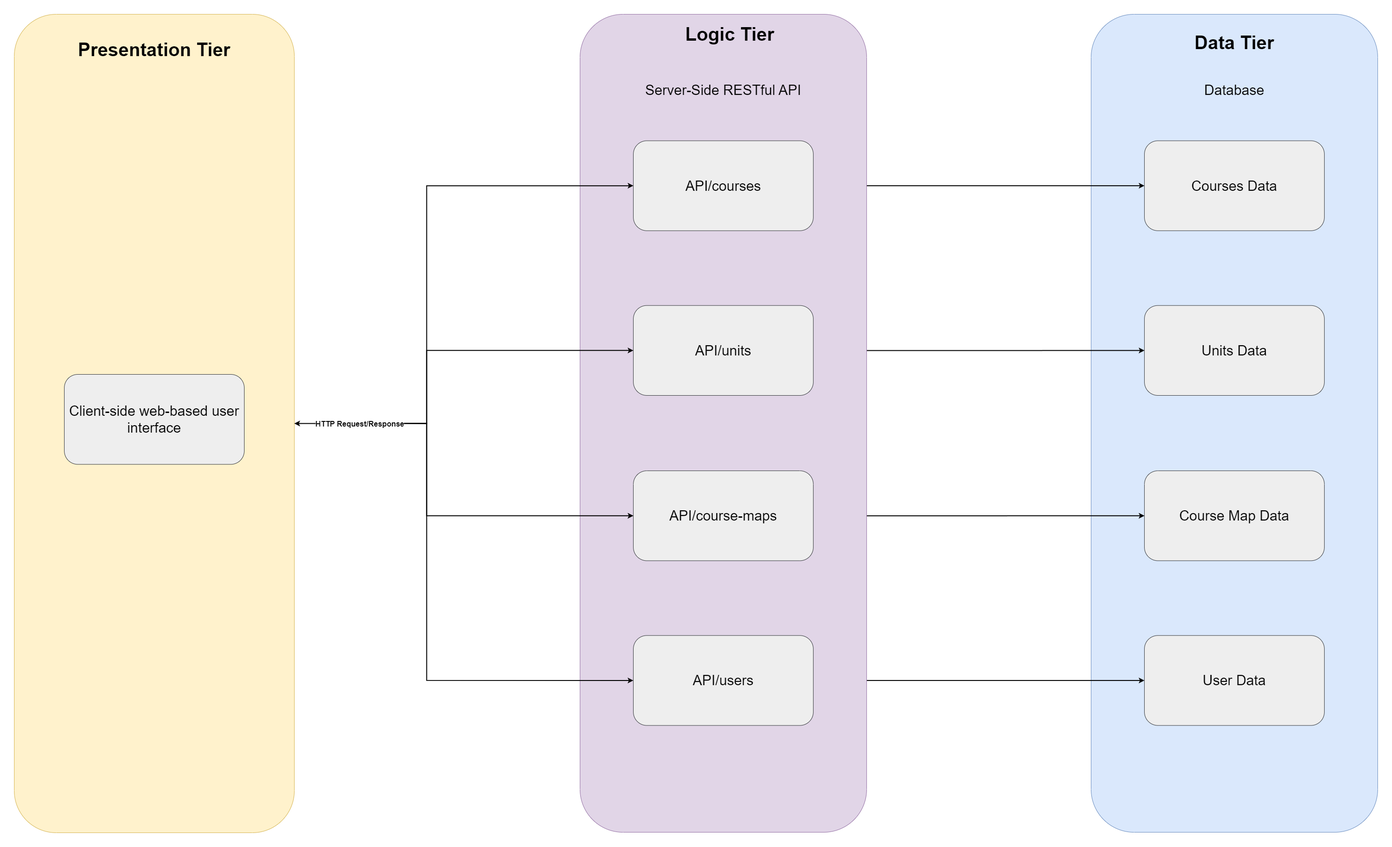
This is public/courseflow-system-architecture.png from thoth-tech/ThothTech-Documentation-Website, a draw.io export, as it was before one commit. Source tidied: cells renumbered, new cells last; positions are measured from the earlier drawing's top-left corner, leaving out a move shared by most shapes.
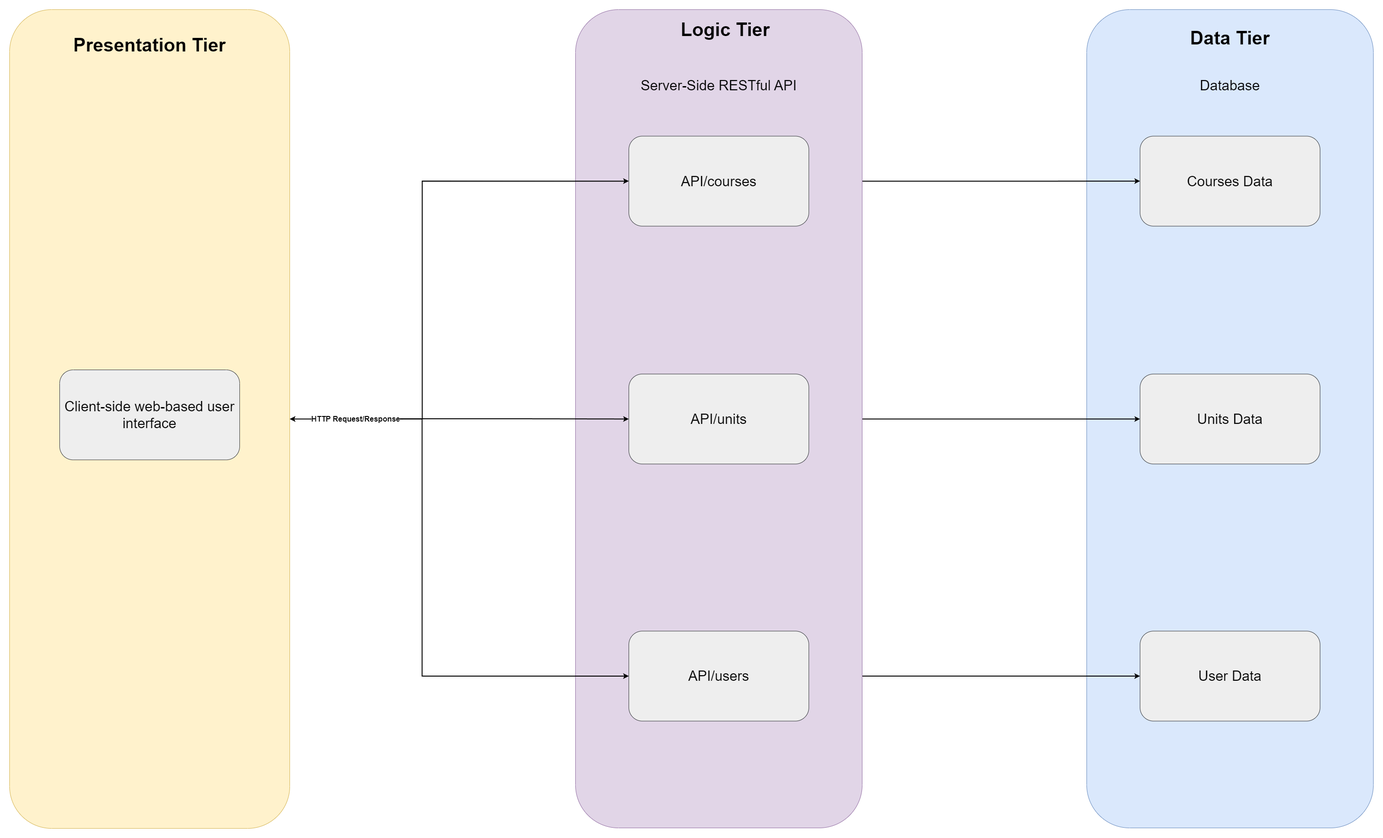
The same file after the commit.

Commit message:
Updated the architecture diagram.

Update to the diagram to reflect the changes of the course map model and its incorporation into the user model.

What changed in the source:
```diff
@@ -21,11 +21,8 @@
       <mxGeometry width="384.9" height="192.3" as="geometry" />
     </mxCell>
     <mxCell id="8" value="Units Data" style="rounded=1;whiteSpace=wrap;html=1;fontSize=30;fillColor=#eeeeee;strokeColor=#36393d;" parent="6" vertex="1">
-      <mxGeometry y="352.2" width="384.9" height="192.3" as="geometry" />
+      <mxGeometry y="508.4" width="384.9" height="192.3" as="geometry" />
     </mxCell>
-    <mxCell id="9" value="Course Map Data" style="rounded=1;whiteSpace=wrap;html=1;fontSize=30;fillColor=#eeeeee;strokeColor=#36393d;" parent="6" vertex="1">
-      <mxGeometry y="705.6" width="384.9" height="192.3" as="geometry" />
-    </mxCell>
     <mxCell id="10" value="User Data" style="rounded=1;whiteSpace=wrap;html=1;fontSize=30;fillColor=#eeeeee;strokeColor=#36393d;" parent="6" vertex="1">
       <mxGeometry y="1057.8" width="384.9" height="192.3" as="geometry" />
     </mxCell>
@@ -38,9 +35,6 @@
     <mxCell id="13" style="edgeStyle=orthogonalEdgeStyle;rounded=0;jettySize=auto;html=1;entryX=0;entryY=0.5;entryDx=0;entryDy=0;startArrow=classic;startFill=1;strokeWidth=2;" parent="1" edge="1" source="20" target="8">
       <mxGeometry relative="1" as="geometry" />
     </mxCell>
-    <mxCell id="14" style="edgeStyle=orthogonalEdgeStyle;rounded=0;jettySize=auto;html=1;entryX=0;entryY=0.5;entryDx=0;entryDy=0;startArrow=classic;startFill=1;strokeWidth=2;" parent="1" edge="1" source="21" target="9">
-      <mxGeometry relative="1" as="geometry" />
-    </mxCell>
     <mxCell id="15" style="edgeStyle=orthogonalEdgeStyle;rounded=0;jettySize=auto;html=1;startArrow=classic;startFill=1;strokeWidth=2;" parent="1" edge="1" source="22" target="10">
       <mxGeometry relative="1" as="geometry" />
     </mxCell>
@@ -57,11 +51,8 @@
       <mxGeometry x="1324" y="270.5" width="384.9" height="192.3" as="geometry" />
     </mxCell>
     <mxCell id="20" value="API/units" style="rounded=1;whiteSpace=wrap;html=1;fontSize=30;fillColor=#eeeeee;strokeColor=#36393d;" parent="1" vertex="1">
-      <mxGeometry x="1324" y="622.7" width="384.9" height="192.3" as="geometry" />
+      <mxGeometry x="1324" y="778.8" width="384.9" height="192.3" as="geometry" />
     </mxCell>
-    <mxCell id="21" value="API/course-maps" style="rounded=1;whiteSpace=wrap;html=1;fontSize=30;fillColor=#eeeeee;strokeColor=#36393d;" parent="1" vertex="1">
-      <mxGeometry x="1324" y="976.1" width="384.9" height="192.3" as="geometry" />
-    </mxCell>
     <mxCell id="22" value="API/users" style="rounded=1;whiteSpace=wrap;html=1;fontSize=30;fillColor=#eeeeee;strokeColor=#36393d;" parent="1" vertex="1">
       <mxGeometry x="1324" y="1328.3" width="384.9" height="192.3" as="geometry" />
     </mxCell>
@@ -78,20 +69,11 @@
       <mxGeometry relative="1" as="geometry">
         <mxPoint x="810.9" y="874.6" as="sourcePoint" />
         <Array as="points">
-          <mxPoint x="882.2" y="874.5" />
-          <mxPoint x="882.2" y="719.4" />
+          <mxPoint x="1089" y="875" />
+          <mxPoint x="1089" y="875" />
         </Array>
       </mxGeometry>
     </mxCell>
-    <mxCell id="25" style="edgeStyle=orthogonalEdgeStyle;rounded=0;jettySize=auto;html=1;entryX=0;entryY=0.5;entryDx=0;entryDy=0;strokeWidth=2;" parent="1" edge="1" target="21">
-      <mxGeometry relative="1" as="geometry">
-        <mxPoint x="810.9" y="874.6" as="sourcePoint" />
-        <Array as="points">
-          <mxPoint x="882.2" y="874.5" />
-          <mxPoint x="882.2" y="1072.8" />
-        </Array>
-      </mxGeometry>
-    </mxCell>
     <mxCell id="26" style="edgeStyle=orthogonalEdgeStyle;rounded=0;jettySize=auto;html=1;entryX=0;entryY=0.5;entryDx=0;entryDy=0;strokeWidth=2;startArrow=classic;startFill=1;exitX=1;exitY=0.5;exitDx=0;exitDy=0;" parent="1" edge="1" source="2" target="22">
       <mxGeometry relative="1" as="geometry">
         <Array as="points">
```
